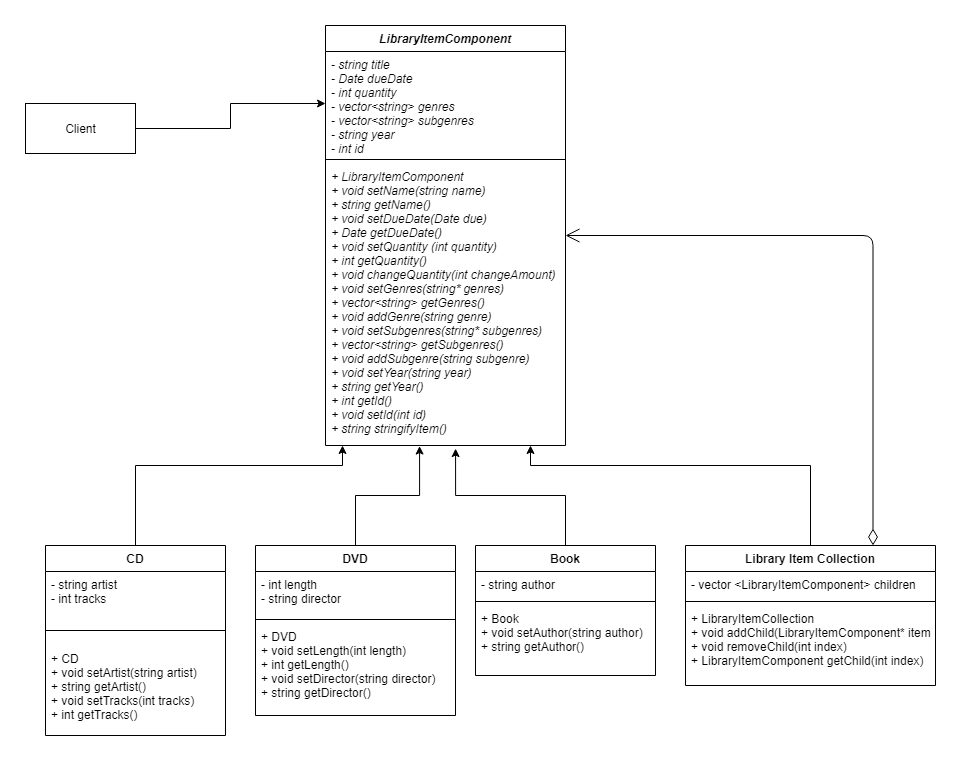
This is images/LibraryItemOMT.png from umustdye/Book-Worms, a draw.io export, as it was before one commit. Source tidied: cells renumbered, new cells last; positions are measured from the earlier drawing's top-left corner, leaving out a move shared by most shapes.
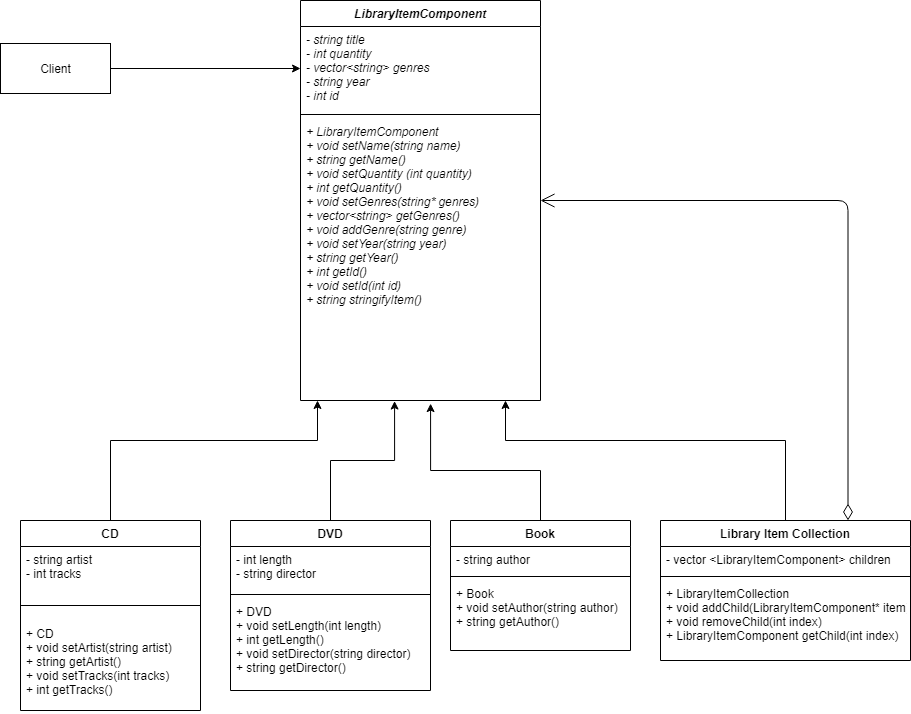
The same diagram one commit later.

Commit message:
Updated Composite OMT diagram

The edit, as a diff of the source:
```diff
@@ -78,22 +78,22 @@
       <mxGeometry y="60" width="250" height="80" as="geometry" />
     </mxCell>
     <mxCell id="22" value="LibraryItemComponent" style="swimlane;fontStyle=3;align=center;verticalAlign=top;horizontal=1;startSize=26;" parent="1" vertex="1">
-      <mxGeometry x="300" width="240" height="420" as="geometry" />
+      <mxGeometry x="300" width="240" height="400" as="geometry" />
     </mxCell>
-    <mxCell id="23" value="- string title&#10;- Date dueDate&#10;- int quantity&#10;- vector&lt;string&gt; genres &#10;- vector&lt;string&gt; subgenres &#10;- string year&#10;- int id " style="text;strokeColor=none;fillColor=none;align=left;verticalAlign=top;spacingLeft=4;spacingRight=4;overflow=hidden;points=[[0,0.5],[1,0.5]];portConstraint=eastwest;fontStyle=2;" parent="22" vertex="1">
-      <mxGeometry y="26" width="240" height="104" as="geometry" />
+    <mxCell id="23" value="- string title&#10;- int quantity&#10;- vector&lt;string&gt; genres  &#10;- string year&#10;- int id " style="text;strokeColor=none;fillColor=none;align=left;verticalAlign=top;spacingLeft=4;spacingRight=4;overflow=hidden;points=[[0,0.5],[1,0.5]];portConstraint=eastwest;fontStyle=2;" parent="22" vertex="1">
+      <mxGeometry y="26" width="240" height="84" as="geometry" />
     </mxCell>
     <mxCell id="24" style="line;strokeWidth=1;fillColor=none;align=left;verticalAlign=middle;spacingTop=-1;spacingLeft=3;spacingRight=3;labelPosition=right;" parent="22" vertex="1">
-      <mxGeometry y="130" width="240" height="8" as="geometry" />
+      <mxGeometry y="110" width="240" height="8" as="geometry" />
     </mxCell>
-    <mxCell id="25" value="+ LibraryItemComponent&#10;+ void setName(string name)&#10;+ string getName()&#10;+ void setDueDate(Date due)&#10;+ Date getDueDate()&#10;+ void setQuantity (int quantity)&#10;+ int getQuantity()&#10;+ void changeQuantity(int changeAmount)&#10;+ void setGenres(string* genres)&#10;+ vector&lt;string&gt; getGenres()&#10;+ void addGenre(string genre)&#10;+ void setSubgenres(string* subgenres)&#10;+ vector&lt;string&gt; getSubgenres()&#10;+ void addSubgenre(string subgenre)&#10;+ void setYear(string year)&#10;+ string getYear()&#10;+ int getId()&#10;+ void setId(int id)&#10;+ string stringifyItem()&#10;" style="text;strokeColor=none;fillColor=none;align=left;verticalAlign=top;spacingLeft=4;spacingRight=4;overflow=hidden;points=[[0,0.5],[1,0.5]];portConstraint=eastwest;fontStyle=2;" parent="22" vertex="1">
-      <mxGeometry y="138" width="240" height="282" as="geometry" />
+    <mxCell id="25" value="+ LibraryItemComponent&#10;+ void setName(string name)&#10;+ string getName()&#10;+ void setQuantity (int quantity)&#10;+ int getQuantity()&#10;+ void setGenres(string* genres)&#10;+ vector&lt;string&gt; getGenres()&#10;+ void addGenre(string genre)&#10;+ void setYear(string year)&#10;+ string getYear()&#10;+ int getId()&#10;+ void setId(int id)&#10;+ string stringifyItem()&#10;" style="text;strokeColor=none;fillColor=none;align=left;verticalAlign=top;spacingLeft=4;spacingRight=4;overflow=hidden;points=[[0,0.5],[1,0.5]];portConstraint=eastwest;fontStyle=2;" parent="22" vertex="1">
+      <mxGeometry y="118" width="240" height="282" as="geometry" />
     </mxCell>
     <mxCell id="26" style="edgeStyle=orthogonalEdgeStyle;rounded=0;jettySize=auto;html=1;exitX=1;exitY=0.5;exitDx=0;exitDy=0;entryX=0;entryY=0.5;entryDx=0;entryDy=0;" parent="1" edge="1" source="27" target="23">
       <mxGeometry relative="1" as="geometry" />
     </mxCell>
     <mxCell id="27" value="&lt;div&gt;Client&lt;/div&gt;" style="html=1;" parent="1" vertex="1">
-      <mxGeometry y="78" width="110" height="50" as="geometry" />
+      <mxGeometry y="43" width="110" height="50" as="geometry" />
     </mxCell>
     <mxCell id="28" value="&lt;div&gt;&lt;br&gt;&lt;/div&gt;&lt;div&gt;&lt;br&gt;&lt;/div&gt;" style="endArrow=open;html=1;endSize=12;startArrow=diamondThin;startSize=14;startFill=0;edgeStyle=orthogonalEdgeStyle;align=left;verticalAlign=bottom;entryX=1;entryY=0.5;entryDx=0;entryDy=0;exitX=0.75;exitY=0;exitDx=0;exitDy=0;" parent="1" edge="1" source="18" target="22">
       <mxGeometry x="-0.94" y="-10" relative="1" as="geometry" />
```
